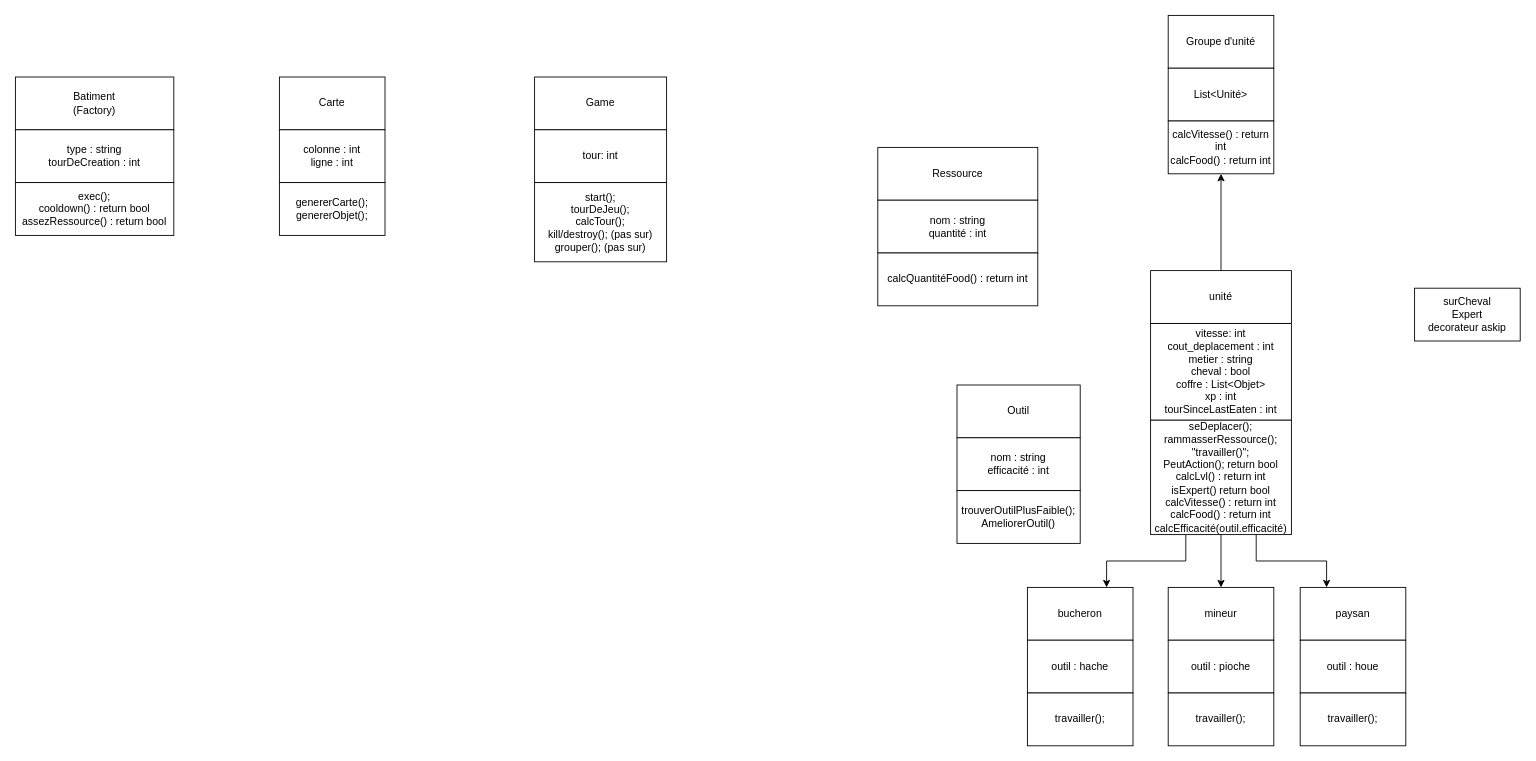
This is Diagramme sans nom.drawio from Rafien/Projet_Design_Pattern, a draw.io file, before an edit. Source tidied: cells renumbered, new cells numbered last; positions are measured from the earlier drawing's top-left corner, leaving out a move shared by most shapes. Both pictures are drawn from the tidied source at 88%, with x=0, y=0 at pixel (15, 15).
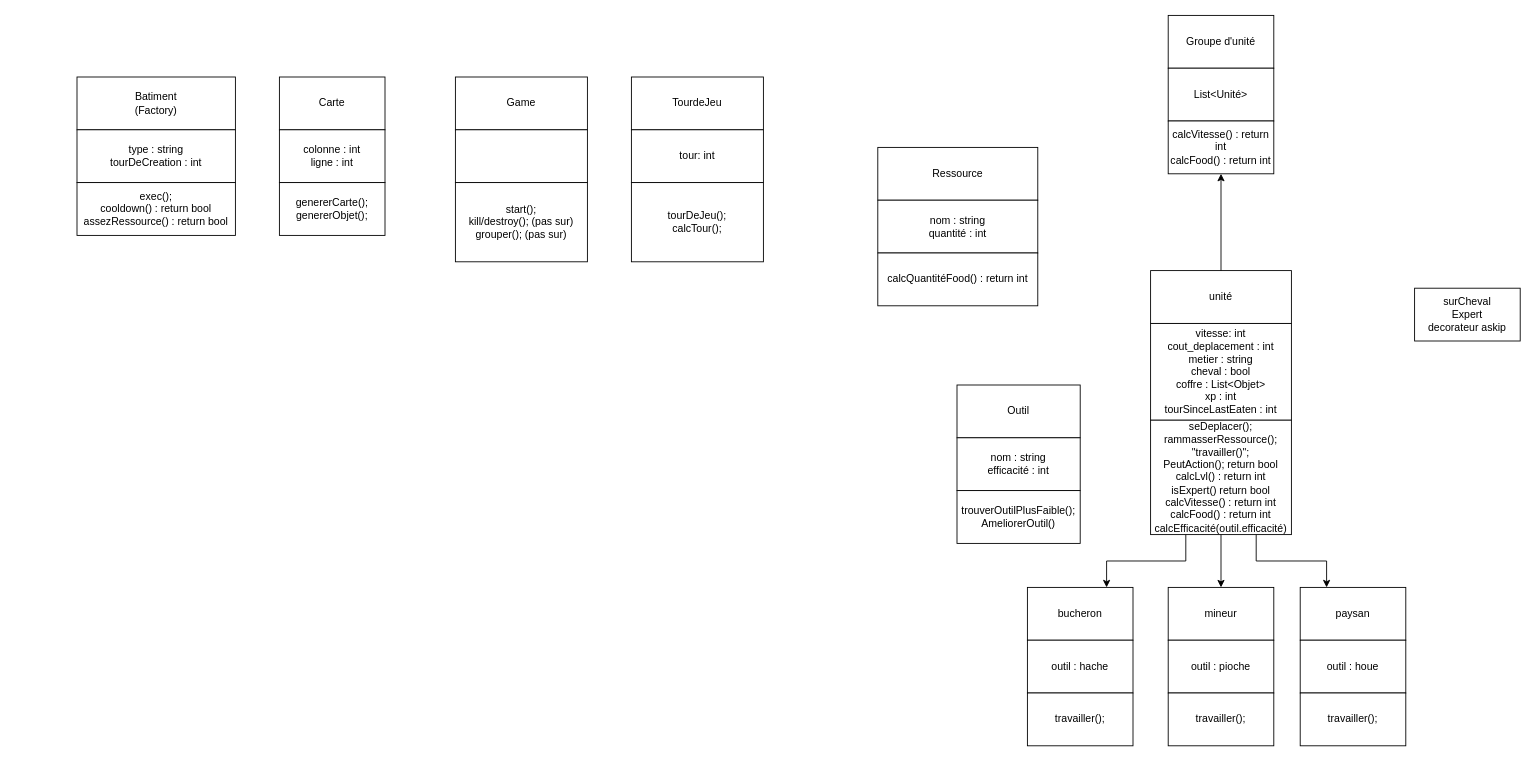
The same diagram, later.

Commit message:
Mettre à jour Diagramme sans nom.drawio

Change to the diagram source:
```diff
@@
     <mxCell id="46" style="group;" parent="1" vertex="1">
-      <mxGeometry x="590" y="70" width="150" height="210" as="geometry" />
+      <mxGeometry x="500" y="70" width="150" height="210" as="geometry" />
     </mxCell>
@@
-    <mxCell id="48" value="tour: int" style="rounded=0;whiteSpace=wrap;html=1;" parent="46" vertex="1">
+    <mxCell id="48" style="rounded=0;whiteSpace=wrap;html=1;" parent="46" vertex="1">
       <mxGeometry y="60" width="150" height="60" as="geometry" />
     </mxCell>
-    <mxCell id="49" value="start();&lt;br&gt;tourDeJeu();&lt;br&gt;calcTour();&lt;br&gt;kill/destroy(); (pas sur)&lt;br&gt;grouper(); (pas sur)" style="rounded=0;whiteSpace=wrap;html=1;" parent="46" vertex="1">
+    <mxCell id="49" value="start();&lt;br&gt;kill/destroy(); (pas sur)&lt;br&gt;grouper(); (pas sur)" style="rounded=0;whiteSpace=wrap;html=1;" parent="46" vertex="1">
       <mxGeometry y="120" width="150" height="90" as="geometry" />
     </mxCell>
     <mxCell id="50" style="group;" parent="1" vertex="1">
-      <mxGeometry y="70" width="180" height="180" as="geometry" />
+      <mxGeometry x="70" y="70" width="180" height="180" as="geometry" />
     </mxCell>
@@
+    <mxCell id="55" style="group;" parent="1" vertex="1">
+      <mxGeometry x="700" y="70" width="150" height="210" as="geometry" />
+    </mxCell>
+    <mxCell id="56" value="TourdeJeu" style="rounded=0;whiteSpace=wrap;html=1;" parent="55" vertex="1">
+      <mxGeometry width="150" height="60" as="geometry" />
+    </mxCell>
+    <mxCell id="57" value="tour: int" style="rounded=0;whiteSpace=wrap;html=1;" parent="55" vertex="1">
+      <mxGeometry y="60" width="150" height="60" as="geometry" />
+    </mxCell>
+    <mxCell id="58" value="tourDeJeu();&lt;br&gt;calcTour();" style="rounded=0;whiteSpace=wrap;html=1;" parent="55" vertex="1">
+      <mxGeometry y="120" width="150" height="90" as="geometry" />
+    </mxCell>
```
